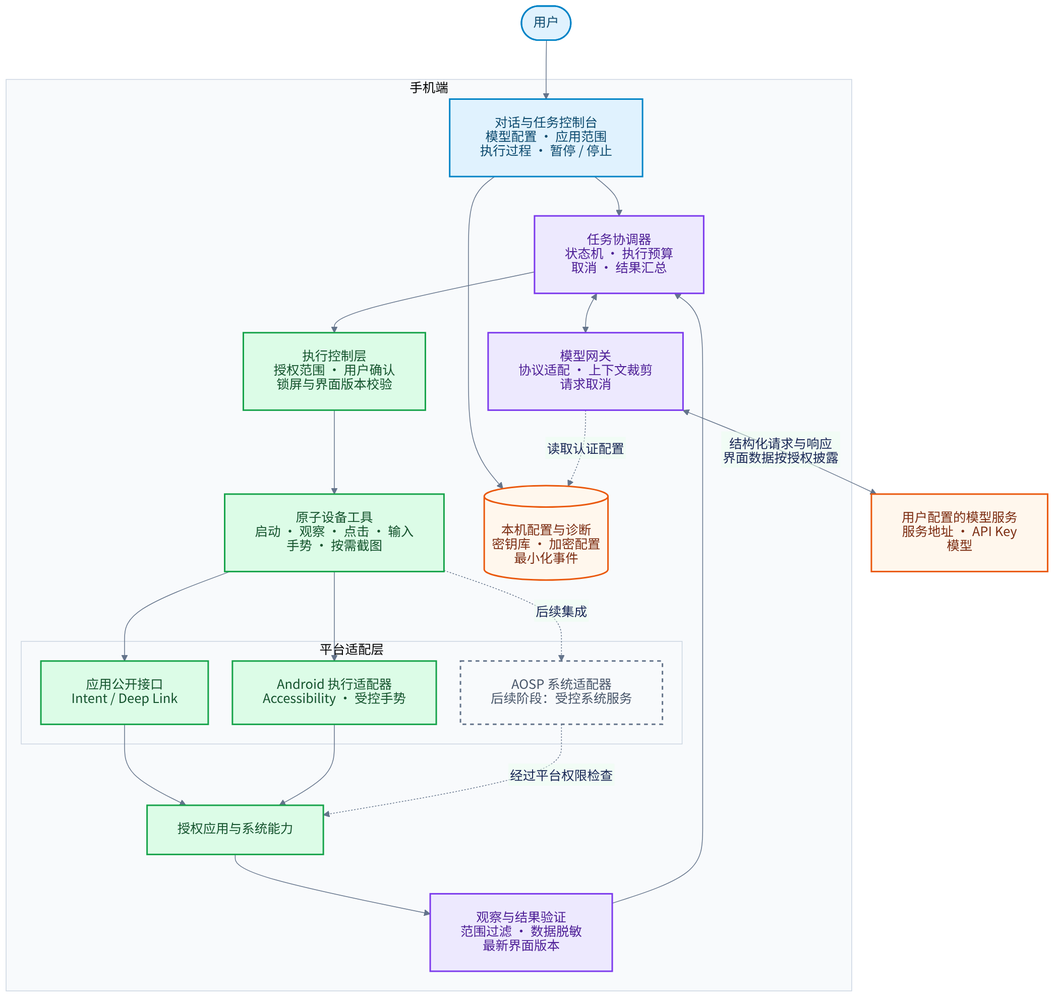
Earlier version of the Mermaid export docs/diagrams/system-architecture.png (ecojust/Agent-OS). Its source is kept beside it as docs/diagrams/system-architecture.mmd.
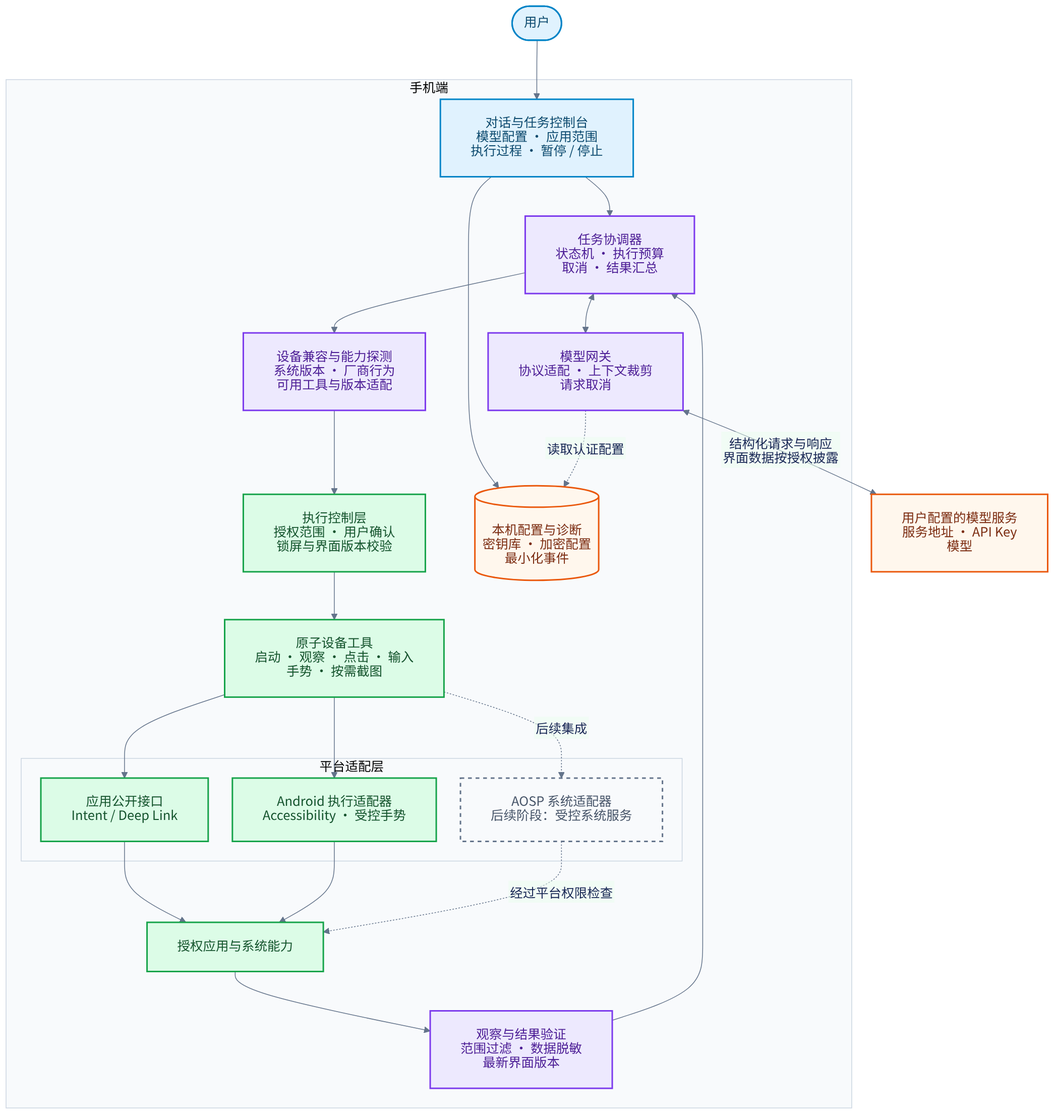
Later version of the same file.

What changed in the source:
```diff
@@ -5,6 +5,7 @@
         direction TB
         ui[对话与任务控制台<br/>模型配置 · 应用范围<br/>执行过程 · 暂停 / 停止]
         runtime[任务协调器<br/>状态机 · 执行预算<br/>取消 · 结果汇总]
+        capabilities[设备兼容与能力探测<br/>系统版本 · 厂商行为<br/>可用工具与版本适配]
         gateway[模型网关<br/>协议适配 · 上下文裁剪<br/>请求取消]
         policy[执行控制层<br/>授权范围 · 用户确认<br/>锁屏与界面版本校验]
         tools[原子设备工具<br/>启动 · 观察 · 点击 · 输入<br/>手势 · 按需截图]
@@ -13,7 +14,7 @@
 
         ui --> runtime
         runtime <--> gateway
-        runtime --> policy --> tools
+        runtime --> capabilities --> policy --> tools
         ui --> storage
         gateway -. 读取认证配置 .-> storage
 
@@ -42,7 +43,7 @@
     classDef future fill:#f8fafc,stroke:#64748b,color:#475569,stroke-width:2px,stroke-dasharray:5 5;
     classDef boundary fill:#fff7ed,stroke:#ea580c,color:#7c2d12,stroke-width:2px;
     class user,ui interaction;
-    class runtime,gateway,observer orchestration;
+    class runtime,capabilities,gateway,observer orchestration;
     class policy,tools,publicapi,access,apps execution;
     class system future;
     class model,storage boundary;
```
